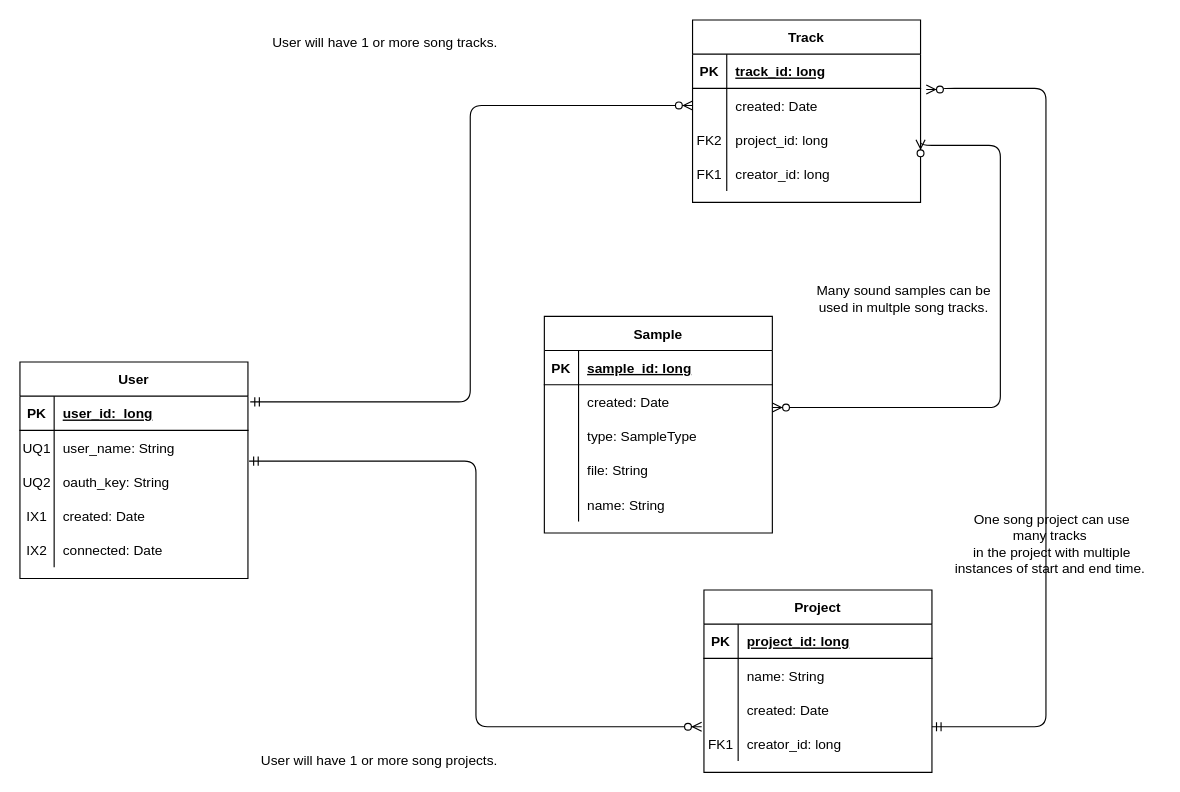
Before: docs/work/erd.drawio in sound-doodle/sound-doodle.github.io, a draw.io diagram. Source tidied: cells renumbered, new cells numbered last; positions are measured from the earlier drawing's top-left corner, leaving out a move shared by most shapes. Both pictures are drawn from the tidied source at 114%, with x=0, y=0 at pixel (19, 19).
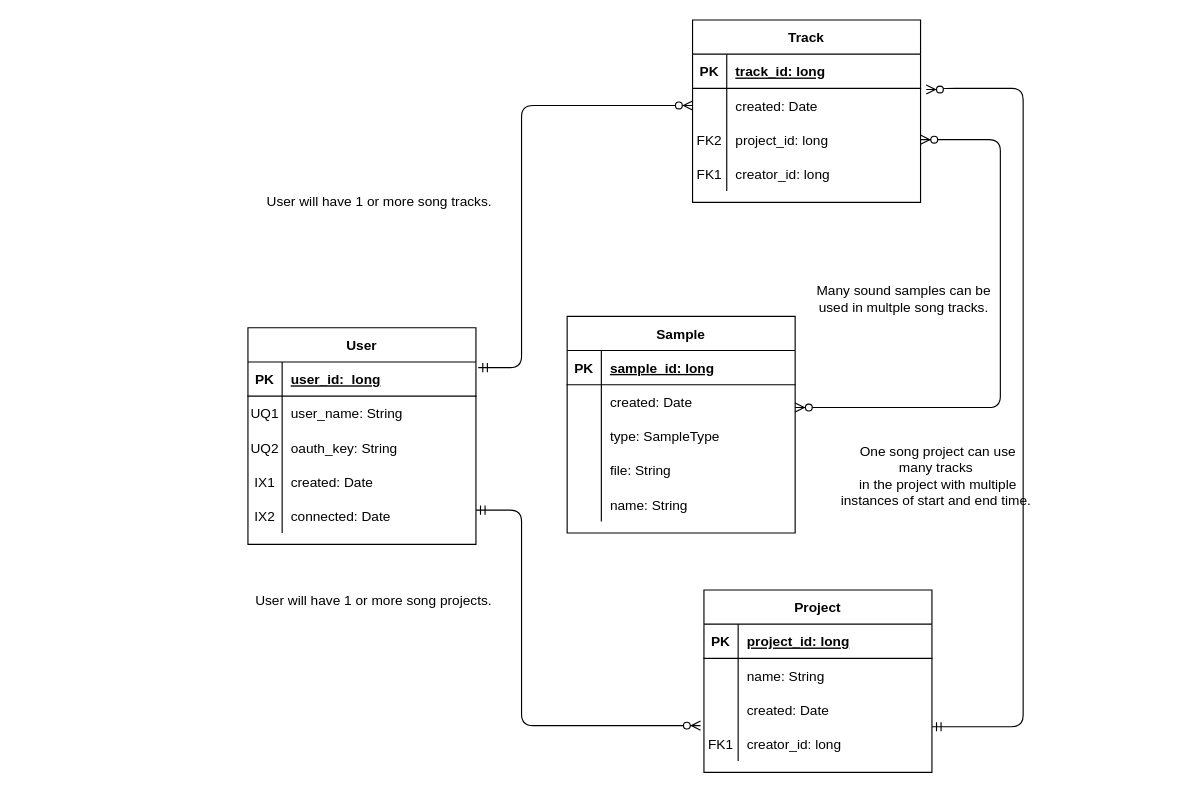
The same page after the edit.

Commit message (it also covers changes not shown here):
Updated ERD files so .pdf is 1 page.

Unchanged cells that the change refers to:
```xml
<mxCell id="22" style="shape=partialRectangle;fillColor=none;points=[[0,0.5],[1,0.5]];portConstraint=eastwest;top=0;left=0;right=0;bottom=0;" parent="18" vertex="1">
  <mxGeometry y="60" width="200" height="30" as="geometry" />
</mxCell>
<mxCell id="25" style="shape=partialRectangle;fillColor=none;points=[[0,0.5],[1,0.5]];portConstraint=eastwest;top=0;left=0;right=0;bottom=0;" parent="18" vertex="1">
  <mxGeometry y="90" width="200" height="30" as="geometry" />
</mxCell>
<mxCell id="32" style="shape=partialRectangle;fillColor=none;points=[[0,0.5],[1,0.5]];portConstraint=eastwest;top=0;left=0;right=0;bottom=1;" parent="31" vertex="1">
  <mxGeometry y="30" width="200" height="30" as="geometry" />
</mxCell>
<mxCell id="38" style="shape=partialRectangle;fillColor=none;points=[[0,0.5],[1,0.5]];portConstraint=eastwest;top=0;left=0;right=0;bottom=0;" parent="31" vertex="1">
  <mxGeometry y="90" width="200" height="30" as="geometry" />
</mxCell>
<mxCell id="54" style="shape=partialRectangle;fillColor=none;top=0;left=0;bottom=0;right=0;points=[[0,0.5],[1,0.5]];portConstraint=eastwest;" parent="47" vertex="1">
  <mxGeometry y="90" width="200" height="30" as="geometry" />
</mxCell>
<mxCell id="57" style="shape=partialRectangle;fillColor=none;top=0;left=0;bottom=0;right=0;points=[[0,0.5],[1,0.5]];portConstraint=eastwest;" parent="47" vertex="1">
  <mxGeometry y="120" width="200" height="30" as="geometry" />
</mxCell>
```

Change to the diagram source:
```diff
@@
     <mxCell id="2" value="Sample" style="shape=table;startSize=30;childLayout=tableLayout;rowLines=0;fontStyle=1;align=center;" parent="1" vertex="1">
-      <mxGeometry x="460" y="260" width="200" height="190" as="geometry" />
+      <mxGeometry x="480" y="260" width="200" height="190" as="geometry" />
     </mxCell>
@@
     <mxCell id="31" value="User" style="shape=table;startSize=30;childLayout=tableLayout;rowLines=0;fontStyle=1;align=center;" parent="1" vertex="1">
-      <mxGeometry y="300" width="200" height="190" as="geometry" />
+      <mxGeometry x="200" y="270" width="200" height="190" as="geometry" />
     </mxCell>
@@
-    <mxCell id="60" style="fontSize=12;html=1;endArrow=ERzeroToMany;startArrow=ERmandOne;endFill=1;exitX=1.005;exitY=-0.1;exitDx=0;exitDy=0;exitPerimeter=0;edgeStyle=orthogonalEdgeStyle;entryX=-0.01;entryY=0;entryDx=0;entryDy=0;entryPerimeter=0;" parent="1" edge="1" source="38">
+    <mxCell id="60" style="fontSize=12;html=1;endArrow=ERzeroToMany;startArrow=ERmandOne;endFill=1;edgeStyle=orthogonalEdgeStyle;entryX=-0.015;entryY=-0.033;entryDx=0;entryDy=0;entryPerimeter=0;" parent="1" edge="1" target="57">
       <mxGeometry relative="1" as="geometry">
-        <mxPoint x="598" y="620" as="targetPoint" />
+        <mxPoint x="400" y="430" as="sourcePoint" />
         <Array as="points">
-          <mxPoint x="400" y="387" />
-          <mxPoint x="400" y="620" />
+          <mxPoint x="440" y="430" />
+          <mxPoint x="440" y="619" />
         </Array>
       </mxGeometry>
     </mxCell>
     <mxCell id="61" style="fontSize=12;html=1;endArrow=ERzeroToMany;startArrow=ERzeroToMany;edgeStyle=orthogonalEdgeStyle;endFill=1;startFill=1;exitX=1;exitY=0.5;exitDx=0;exitDy=0;" parent="1" edge="1" source="25">
       <mxGeometry relative="1" as="geometry">
-        <mxPoint x="660" y="340" as="targetPoint" />
+        <mxPoint x="680" y="340" as="targetPoint" />
         <Array as="points">
-          <mxPoint x="790" y="110" />
-          <mxPoint x="860" y="110" />
+          <mxPoint x="860" y="105" />
           <mxPoint x="860" y="340" />
         </Array>
       </mxGeometry>
     </mxCell>
     <mxCell id="62" style="fontSize=12;html=1;endArrow=ERmandOne;startArrow=ERzeroToMany;exitX=0;exitY=0.5;exitDx=0;exitDy=0;startFill=1;entryX=1.01;entryY=0.167;entryDx=0;entryDy=0;entryPerimeter=0;edgeStyle=orthogonalEdgeStyle;endFill=0;" parent="1" edge="1" source="22" target="32">
-      <mxGeometry relative="1" as="geometry" />
+      <mxGeometry relative="1" as="geometry">
+        <Array as="points">
+          <mxPoint x="440" y="75" />
+          <mxPoint x="440" y="305" />
+        </Array>
+      </mxGeometry>
     </mxCell>
     <mxCell id="63" value="User will have 1 or more song projects." style="text;html=1;align=center;verticalAlign=middle;strokeColor=none;" parent="1" vertex="1">
-      <mxGeometry x="205" y="640" width="220" height="20" as="geometry" />
+      <mxGeometry x="200" y="500" width="220" height="20" as="geometry" />
     </mxCell>
     <mxCell id="64" value="One song project can use &lt;br&gt;many tracks&amp;nbsp;&lt;br&gt;in the project with multiple &lt;br&gt;instances of start and end time.&amp;nbsp;" style="text;html=1;align=center;verticalAlign=middle;strokeColor=none;" parent="1" vertex="1">
-      <mxGeometry x="810" y="430" width="190" height="60" as="geometry" />
+      <mxGeometry x="710" y="370" width="190" height="60" as="geometry" />
     </mxCell>
@@
     <mxCell id="66" style="fontSize=12;html=1;endArrow=ERmandOne;startArrow=ERzeroToMany;edgeStyle=orthogonalEdgeStyle;endFill=0;startFill=1;entryX=1;entryY=1;entryDx=0;entryDy=0;entryPerimeter=0;exitX=1.025;exitY=0.033;exitDx=0;exitDy=0;exitPerimeter=0;" parent="1" edge="1" source="22" target="54">
       <mxGeometry relative="1" as="geometry">
         <Array as="points">
           <mxPoint x="810" y="61" />
           <mxPoint x="810" y="60" />
-          <mxPoint x="900" y="60" />
-          <mxPoint x="900" y="620" />
+          <mxPoint x="880" y="60" />
+          <mxPoint x="880" y="620" />
         </Array>
       </mxGeometry>
     </mxCell>
     <mxCell id="67" value="User will have 1 or more song tracks." style="text;html=1;align=center;verticalAlign=middle;strokeColor=none;" parent="1" vertex="1">
-      <mxGeometry x="215" y="10" width="210" height="20" as="geometry" />
+      <mxGeometry x="210" y="150" width="210" height="20" as="geometry" />
     </mxCell>
```
